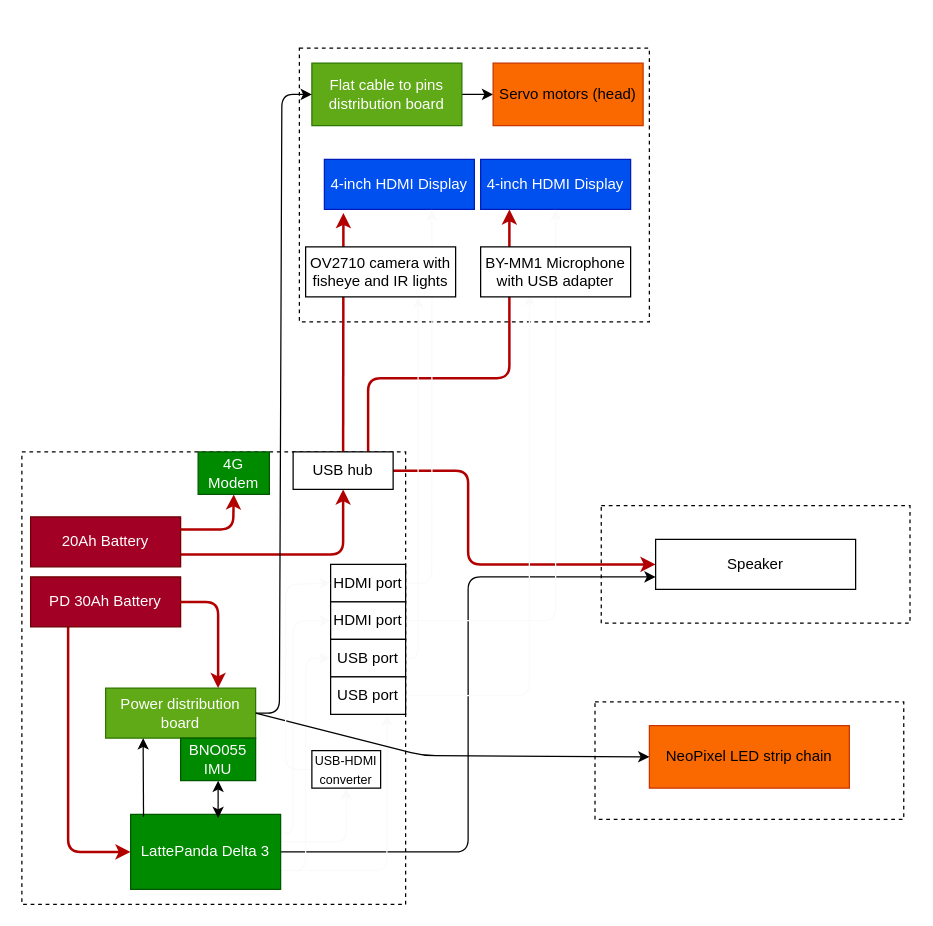
The draw.io diagram Planning/Hardware.drawio in MekhyW/DYNAMO-Electronic_Fursuit-2.0, before the edit. Source tidied: cells renumbered, new cells numbered last; positions are measured from the earlier drawing's top-left corner, leaving out a move shared by most shapes. Both pictures are drawn from the tidied source at 125%, with x=0, y=0 at pixel (21, 48).
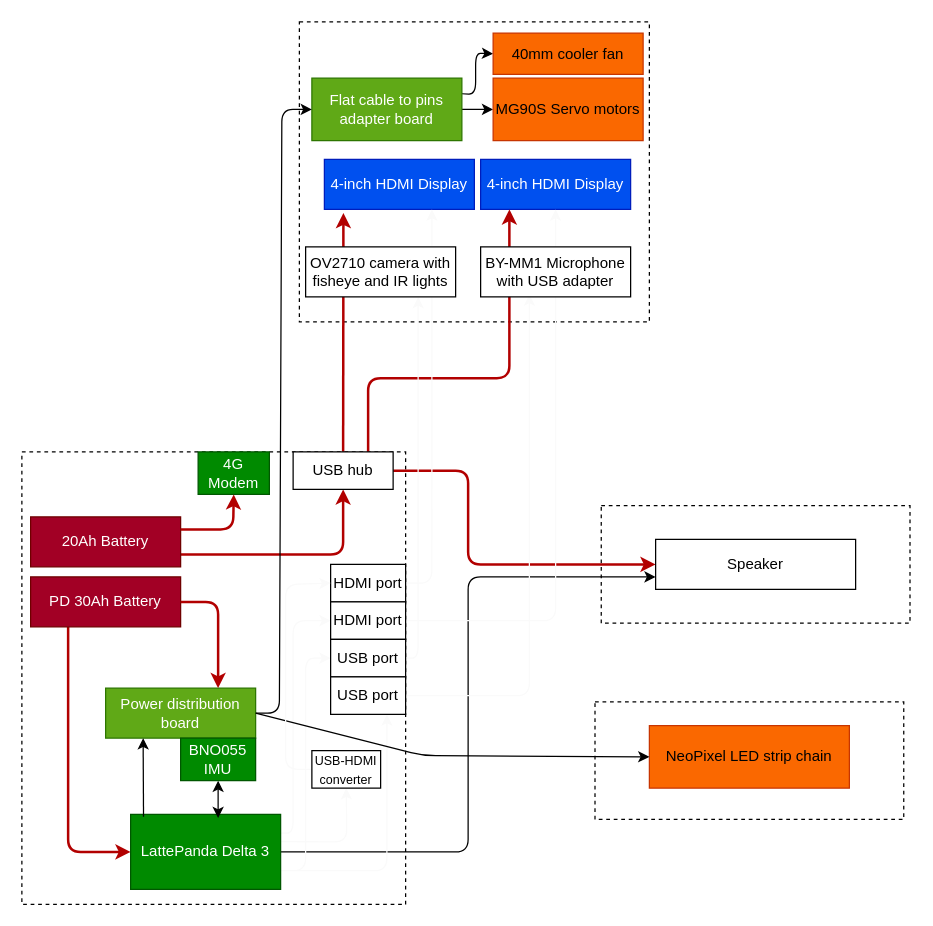
After the change.

The change refers to these unchanged cells:
```xml
<mxCell id="21" value="Power distribution board" style="rounded=0;whiteSpace=wrap;html=1;fillColor=#60a917;fontColor=#ffffff;strokeColor=#2D7600;" parent="1" vertex="1">
  <mxGeometry x="67" y="512" width="120" height="40" as="geometry" />
</mxCell>
```

Change to the diagram source:
```diff
@@
     <mxCell id="3" style="rounded=0;whiteSpace=wrap;html=1;dashed=1;" parent="1" vertex="1">
-      <mxGeometry x="222" width="280" height="219" as="geometry" />
+      <mxGeometry x="222" y="-21" width="280" height="240" as="geometry" />
     </mxCell>
@@
+    <mxCell id="48" style="edgeStyle=none;html=1;exitX=1;exitY=0.25;exitDx=0;exitDy=0;entryX=0;entryY=0.5;entryDx=0;entryDy=0;" parent="1" edge="1" source="5" target="49">
+      <mxGeometry relative="1" as="geometry">
+        <Array as="points">
+          <mxPoint x="363" y="37" />
+          <mxPoint x="363" y="4" />
+        </Array>
+      </mxGeometry>
+    </mxCell>
-    <mxCell id="5" value="Flat cable to pins distribution board" style="rounded=0;whiteSpace=wrap;html=1;fillColor=#60a917;fontColor=#ffffff;strokeColor=#2D7600;" parent="1" vertex="1">
-      <mxGeometry x="232" y="12" width="120" height="50" as="geometry" />
+    <mxCell id="5" value="Flat cable to pins adapter board" style="rounded=0;whiteSpace=wrap;html=1;fillColor=#60a917;fontColor=#ffffff;strokeColor=#2D7600;" parent="1" vertex="1">
+      <mxGeometry x="232" y="24" width="120" height="50" as="geometry" />
     </mxCell>
-    <mxCell id="6" value="Servo motors (head)" style="rounded=0;whiteSpace=wrap;html=1;fillColor=#fa6800;fontColor=#000000;strokeColor=#C73500;" parent="1" vertex="1">
-      <mxGeometry x="377" y="12" width="120" height="50" as="geometry" />
+    <mxCell id="6" value="MG90S Servo motors" style="rounded=0;whiteSpace=wrap;html=1;fillColor=#fa6800;fontColor=#000000;strokeColor=#C73500;" parent="1" vertex="1">
+      <mxGeometry x="377" y="24" width="120" height="50" as="geometry" />
     </mxCell>
@@
     <mxCell id="20" style="edgeStyle=none;html=1;exitX=1;exitY=0.5;exitDx=0;exitDy=0;entryX=0;entryY=0.5;entryDx=0;entryDy=0;" parent="1" edge="1" source="21" target="5">
       <mxGeometry relative="1" as="geometry">
         <Array as="points">
           <mxPoint x="206" y="532" />
-          <mxPoint x="208" y="37" />
+          <mxPoint x="208" y="49" />
         </Array>
       </mxGeometry>
     </mxCell>
@@
+    <mxCell id="49" value="40mm cooler fan" style="rounded=0;whiteSpace=wrap;html=1;fillColor=#fa6800;fontColor=#000000;strokeColor=#C73500;" parent="1" vertex="1">
+      <mxGeometry x="377" y="-12" width="120" height="33" as="geometry" />
+    </mxCell>
```
